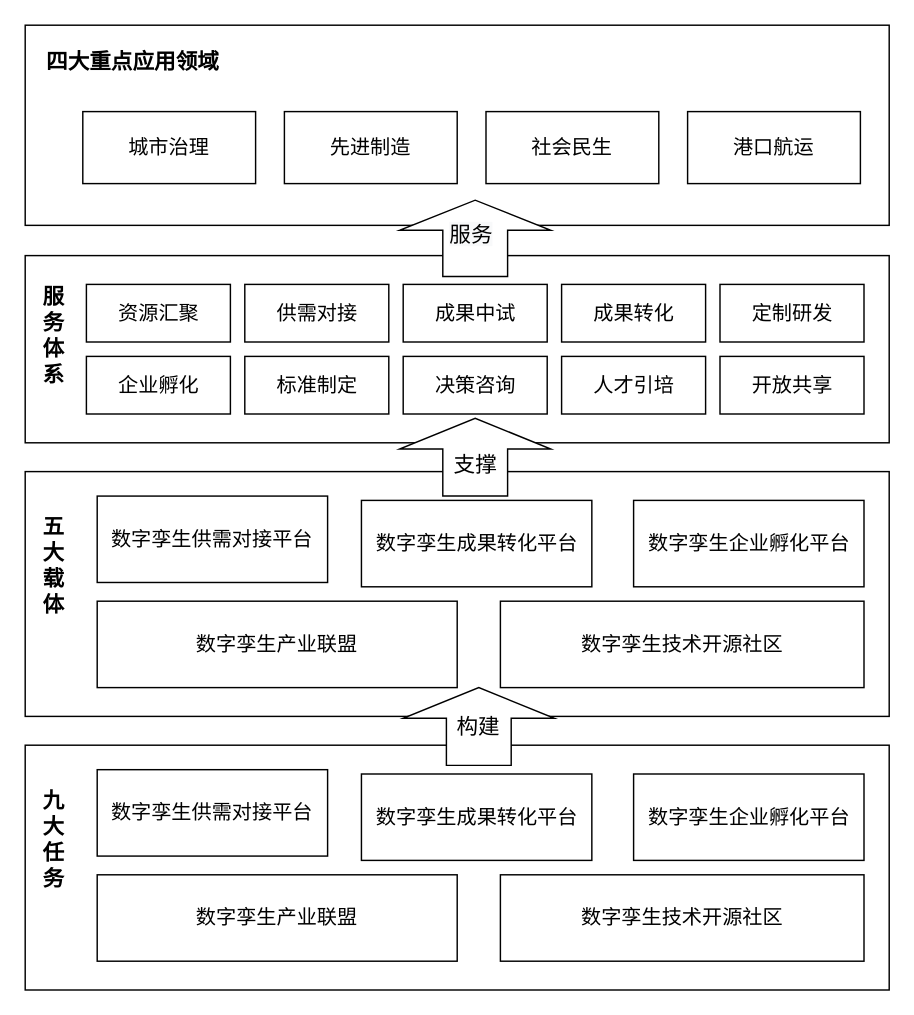
The draw.io diagram page "Page-2" (2 of 2) of shrine-doc/数字孪生技术成果转化中心.drawio in easefulfil/CLOUDCARE, before the edit. Source tidied: cells renumbered, new cells numbered last; positions are measured from the earlier drawing's top-left corner, leaving out a move shared by most shapes. Both pictures are drawn from the tidied source at 144%, with x=0, y=0 at pixel (24, 24).
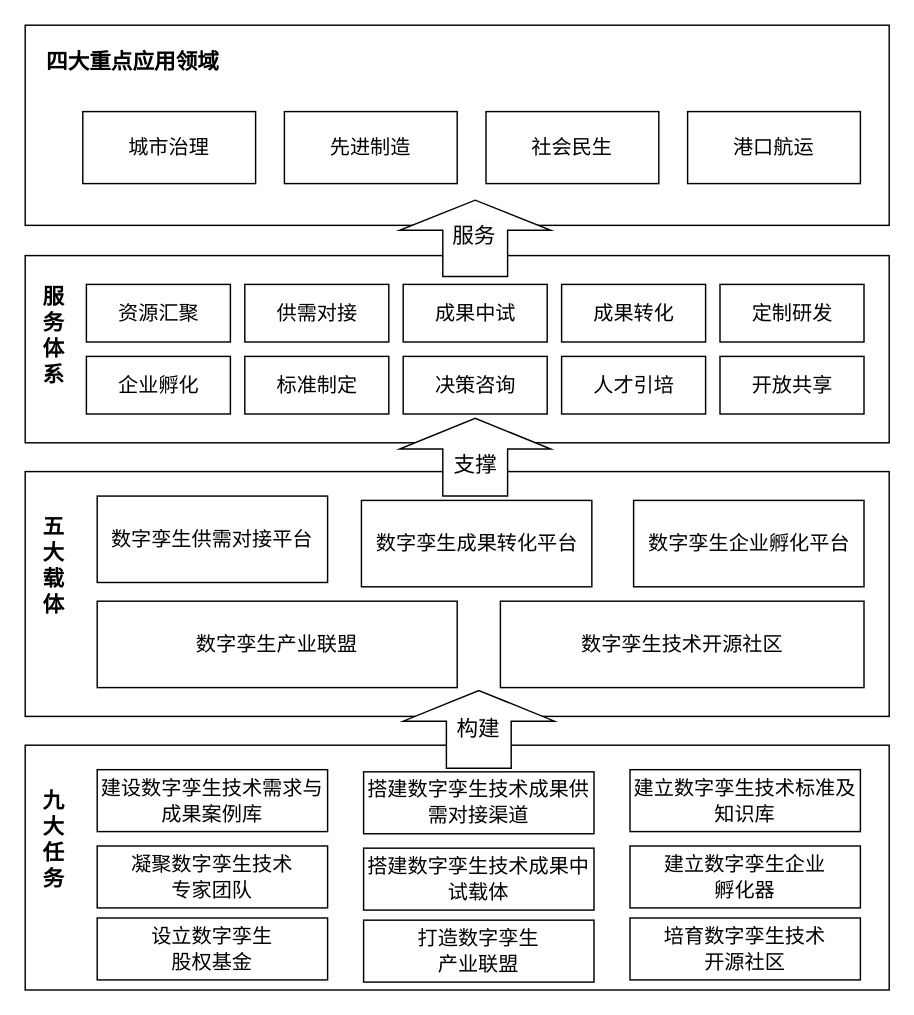
After the change.

Commit message:
Update 数字孪生技术成果转化中心.drawio

What changed in the source:
```diff
@@
-    <mxCell id="30" value="&lt;span style=&quot;color: rgb(0 , 0 , 0) ; font-family: &amp;#34;helvetica&amp;#34; ; font-size: 15px ; font-style: normal ; font-weight: 400 ; letter-spacing: normal ; text-align: center ; text-indent: 0px ; text-transform: none ; word-spacing: 0px ; background-color: rgb(248 , 249 , 250) ; display: inline ; float: none&quot;&gt;服务&lt;/span&gt;" style="text;whiteSpace=wrap;html=1;fontSize=14;" parent="1" vertex="1">
-      <mxGeometry x="292.5" y="130" width="60" height="30" as="geometry" />
+    <mxCell id="30" value="&lt;span style=&quot;font-family: helvetica; font-size: 15px; font-style: normal; font-weight: 400; letter-spacing: normal; text-align: center; text-indent: 0px; text-transform: none; word-spacing: 0px; background-color: rgb(248, 249, 250); display: inline; float: none;&quot;&gt;服务&lt;/span&gt;" style="text;whiteSpace=wrap;html=1;fontSize=14;fontColor=default;" parent="1" vertex="1">
+      <mxGeometry x="294.5" y="131" width="37.5" height="20" as="geometry" />
     </mxCell>
@@
-    <mxCell id="32" value="数字孪生产业联盟" style="rounded=0;whiteSpace=wrap;html=1;fontSize=14;fontStyle=0;fillColor=default;strokeColor=default;fontColor=default;" parent="1" vertex="1">
-      <mxGeometry x="50" y="590" width="250" height="60" as="geometry" />
-    </mxCell>
-    <mxCell id="33" value="数字孪生技术开源社区" style="rounded=0;whiteSpace=wrap;html=1;fontSize=14;fontStyle=0;fillColor=default;strokeColor=default;fontColor=default;" parent="1" vertex="1">
-      <mxGeometry x="330" y="590" width="252.5" height="60" as="geometry" />
-    </mxCell>
-    <mxCell id="34" value="数字孪生供需对接平台" style="rounded=0;whiteSpace=wrap;html=1;fontSize=14;fontStyle=0;fillColor=default;strokeColor=default;fontColor=default;" parent="1" vertex="1">
-      <mxGeometry x="50" y="517" width="160" height="60" as="geometry" />
+    <mxCell id="34" value="&lt;span style=&quot;font-size: 10.5pt&quot;&gt;建设数字孪生技术需求与成果案例库&lt;/span&gt;&lt;span style=&quot;font-size: medium&quot;&gt;&lt;/span&gt;" style="rounded=0;whiteSpace=wrap;html=1;fontSize=14;fontStyle=0;fillColor=default;strokeColor=default;fontColor=default;" parent="1" vertex="1">
+      <mxGeometry x="50" y="517" width="160" height="43" as="geometry" />
     </mxCell>
-    <mxCell id="35" value="数字孪生成果转化平台" style="rounded=0;whiteSpace=wrap;html=1;fontSize=14;fontStyle=0;fillColor=default;strokeColor=default;fontColor=default;" parent="1" vertex="1">
-      <mxGeometry x="233.5" y="520" width="160" height="60" as="geometry" />
-    </mxCell>
-    <mxCell id="36" value="数字孪生企业孵化平台" style="rounded=0;whiteSpace=wrap;html=1;fontSize=14;fontStyle=0;fillColor=default;strokeColor=default;fontColor=default;" parent="1" vertex="1">
-      <mxGeometry x="422.5" y="520" width="160" height="60" as="geometry" />
-    </mxCell>
@@
     <mxCell id="38" style="shape=mxgraph.arrows.arrow_down;verticalLabelPosition=bottom;verticalAlign=top;strokeWidth=1;strokeColor=#000000;fontSize=14;rotation=-180;fontColor=default;html=1;fillColor=default;" parent="1" vertex="1">
-      <mxGeometry x="262.5" y="460" width="105" height="54" as="geometry" />
+      <mxGeometry x="262.5" y="462" width="105" height="54" as="geometry" />
     </mxCell>
     <mxCell id="39" value="构建" style="text;html=1;strokeColor=none;fillColor=none;align=center;verticalAlign=middle;whiteSpace=wrap;rounded=0;fontSize=15;fontStyle=0;strokeWidth=0;imageAspect=0;fontColor=default;" parent="1" vertex="1">
-      <mxGeometry x="275" y="472" width="80" height="30" as="geometry" />
+      <mxGeometry x="275" y="473" width="80" height="30" as="geometry" />
     </mxCell>
+    <mxCell id="40" value="&lt;span style=&quot;font-size: 10.5pt&quot;&gt;凝聚数字孪生技术&lt;br&gt;专家团队&lt;/span&gt;&lt;span style=&quot;font-size: medium&quot;&gt;&lt;/span&gt;" style="rounded=0;whiteSpace=wrap;html=1;fontSize=14;fontStyle=0;fillColor=default;strokeColor=default;fontColor=default;" parent="1" vertex="1">
+      <mxGeometry x="50" y="570" width="160" height="43" as="geometry" />
+    </mxCell>
+    <mxCell id="41" value="&lt;span style=&quot;font-size: 10.5pt&quot;&gt;设立数字孪生&lt;br&gt;股权基金&lt;/span&gt;&lt;span style=&quot;font-size: medium&quot;&gt;&lt;/span&gt;" style="rounded=0;whiteSpace=wrap;html=1;fontSize=14;fontStyle=0;fillColor=default;strokeColor=default;fontColor=default;" parent="1" vertex="1">
+      <mxGeometry x="50" y="620" width="160" height="43" as="geometry" />
+    </mxCell>
+    <mxCell id="42" value="&lt;span style=&quot;font-size: 10.5pt&quot;&gt;搭建数字孪生技术成果供需对接渠道&lt;/span&gt;&lt;span style=&quot;font-size: medium&quot;&gt;&lt;/span&gt;" style="rounded=0;whiteSpace=wrap;html=1;fontSize=14;fontStyle=0;fillColor=default;strokeColor=default;fontColor=default;" parent="1" vertex="1">
+      <mxGeometry x="235" y="518.5" width="160" height="43" as="geometry" />
+    </mxCell>
+    <mxCell id="43" value="&lt;span style=&quot;font-size: 10.5pt&quot;&gt;搭建数字孪生技术成果中试载体&lt;/span&gt;&lt;span style=&quot;font-size: medium&quot;&gt;&lt;/span&gt;" style="rounded=0;whiteSpace=wrap;html=1;fontSize=14;fontStyle=0;fillColor=default;strokeColor=default;fontColor=default;" parent="1" vertex="1">
+      <mxGeometry x="235" y="571.5" width="160" height="43" as="geometry" />
+    </mxCell>
+    <mxCell id="44" value="&lt;span style=&quot;font-size: 10.5pt&quot;&gt;打造数字孪生&lt;br&gt;产业联盟&lt;/span&gt;&lt;span style=&quot;font-size: medium&quot;&gt;&lt;/span&gt;" style="rounded=0;whiteSpace=wrap;html=1;fontSize=14;fontStyle=0;fillColor=default;strokeColor=default;fontColor=default;" parent="1" vertex="1">
+      <mxGeometry x="235" y="621.5" width="160" height="43" as="geometry" />
+    </mxCell>
+    <mxCell id="45" value="&lt;span style=&quot;font-size: 10.5pt&quot;&gt;建立数字孪生技术标准及知识库&lt;/span&gt;&lt;span style=&quot;font-size: medium&quot;&gt;&lt;/span&gt;" style="rounded=0;whiteSpace=wrap;html=1;fontSize=14;fontStyle=0;fillColor=default;strokeColor=default;fontColor=default;" parent="1" vertex="1">
+      <mxGeometry x="420" y="517" width="160" height="43" as="geometry" />
+    </mxCell>
+    <mxCell id="46" value="&lt;span style=&quot;font-size: 10.5pt&quot;&gt;建立数字孪生企业&lt;br&gt;孵化器&lt;/span&gt;&lt;span style=&quot;font-size: medium&quot;&gt;&lt;/span&gt;" style="rounded=0;whiteSpace=wrap;html=1;fontSize=14;fontStyle=0;fillColor=default;strokeColor=default;fontColor=default;" parent="1" vertex="1">
+      <mxGeometry x="420" y="570" width="160" height="43" as="geometry" />
+    </mxCell>
+    <mxCell id="47" value="&lt;span style=&quot;font-size: 10.5pt&quot;&gt;培育数字孪生技术&lt;br&gt;开源社区&lt;/span&gt;&lt;span style=&quot;font-size: medium&quot;&gt;&lt;/span&gt;" style="rounded=0;whiteSpace=wrap;html=1;fontSize=14;fontStyle=0;fillColor=default;strokeColor=default;fontColor=default;" parent="1" vertex="1">
+      <mxGeometry x="420" y="620" width="160" height="43" as="geometry" />
+    </mxCell>
```
